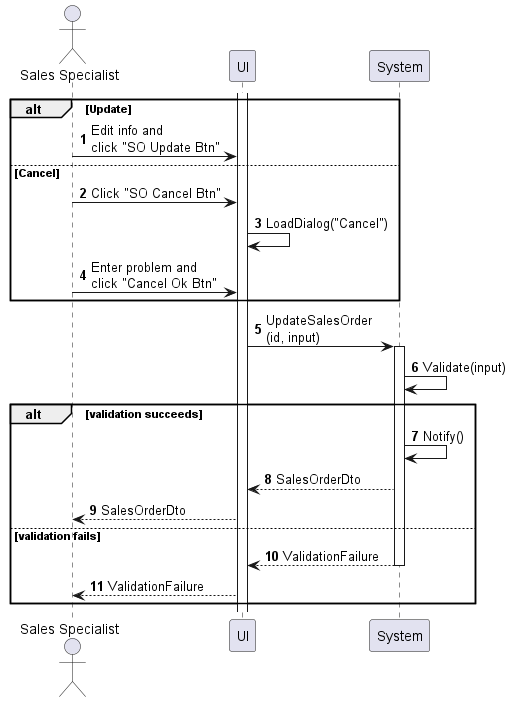
Earlier version of the PlantUML export sequences/sales-order-update.png (phihungha/scmss-reqs).
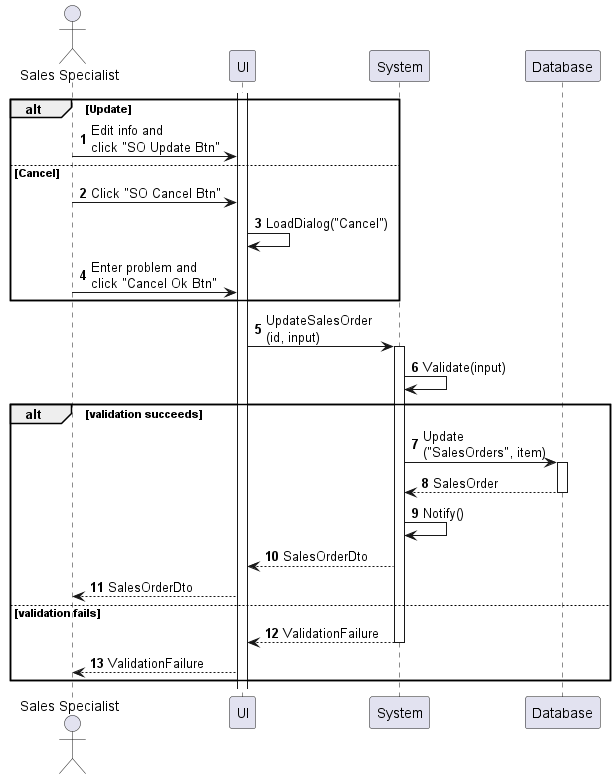
The same diagram one commit later.

Change to the diagram source:
```diff
@@ -4,6 +4,7 @@
 actor "Sales Specialist" as a
 participant UI as f
 participant System as b
+participant Database as d
 
 activate f
 
@@ -20,6 +21,9 @@
 b -> b : Validate(input)
 
 alt validation succeeds
+    b -> d : Update\n("SalesOrders", item)
+    activate d
+    return SalesOrder
     b -> b : Notify()
     b --> f : SalesOrderDto
     f --> a : SalesOrderDto
```
